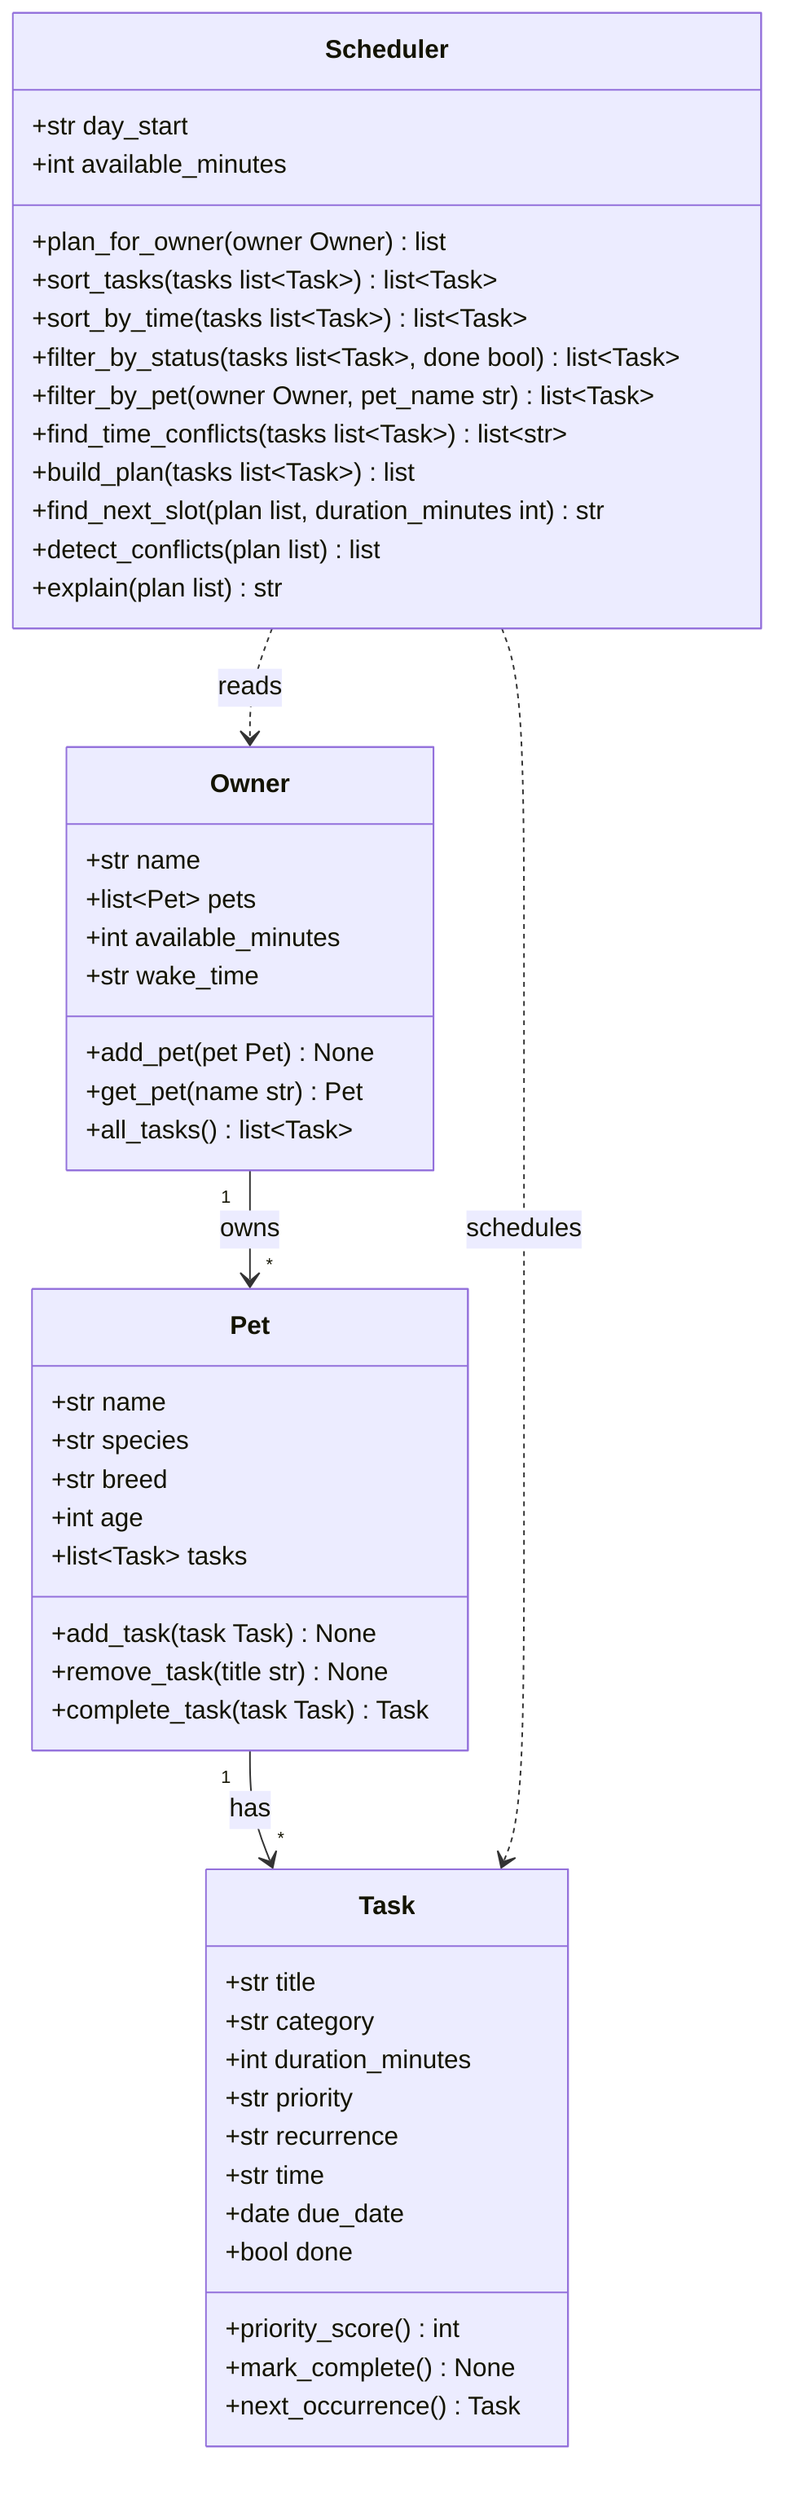
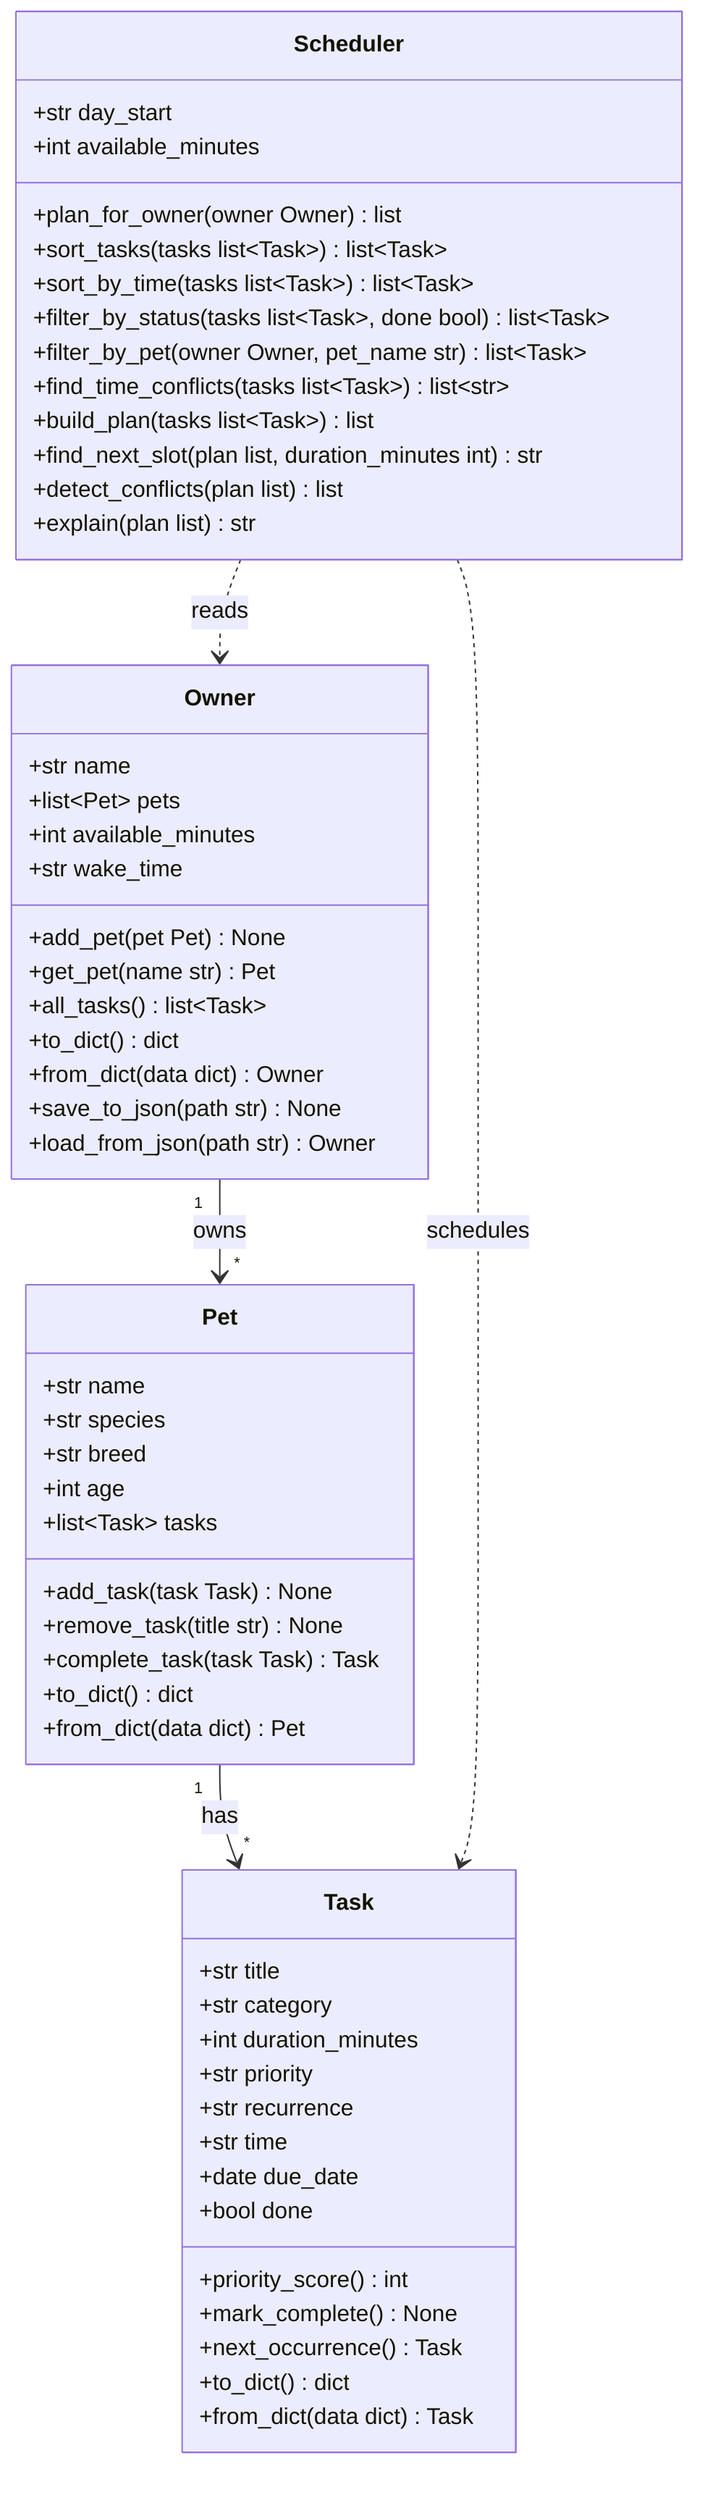
classDiagram
    %% PawPal+ final design — matches pawpal_system.py.

    class Owner {
        +str name
        +list~Pet~ pets
        +int available_minutes
        +str wake_time
        +add_pet(pet Pet) None
        +get_pet(name str) Pet
        +all_tasks() list~Task~
+         +to_dict() dict
+         +from_dict(data dict) Owner
+         +save_to_json(path str) None
+         +load_from_json(path str) Owner
    }

    class Pet {
        +str name
        +str species
        +str breed
        +int age
        +list~Task~ tasks
        +add_task(task Task) None
        +remove_task(title str) None
        +complete_task(task Task) Task
+         +to_dict() dict
+         +from_dict(data dict) Pet
    }

    class Task {
        +str title
        +str category
        +int duration_minutes
        +str priority
        +str recurrence
        +str time
        +date due_date
        +bool done
        +priority_score() int
        +mark_complete() None
        +next_occurrence() Task
+         +to_dict() dict
+         +from_dict(data dict) Task
    }

    class Scheduler {
        +str day_start
        +int available_minutes
        +plan_for_owner(owner Owner) list
        +sort_tasks(tasks list~Task~) list~Task~
        +sort_by_time(tasks list~Task~) list~Task~
        +filter_by_status(tasks list~Task~, done bool) list~Task~
        +filter_by_pet(owner Owner, pet_name str) list~Task~
        +find_time_conflicts(tasks list~Task~) list~str~
        +build_plan(tasks list~Task~) list
        +find_next_slot(plan list, duration_minutes int) str
        +detect_conflicts(plan list) list
        +explain(plan list) str
    }

    Owner "1" --> "*" Pet : owns
    Pet "1" --> "*" Task : has
    Scheduler ..> Owner : reads
    Scheduler ..> Task : schedules
